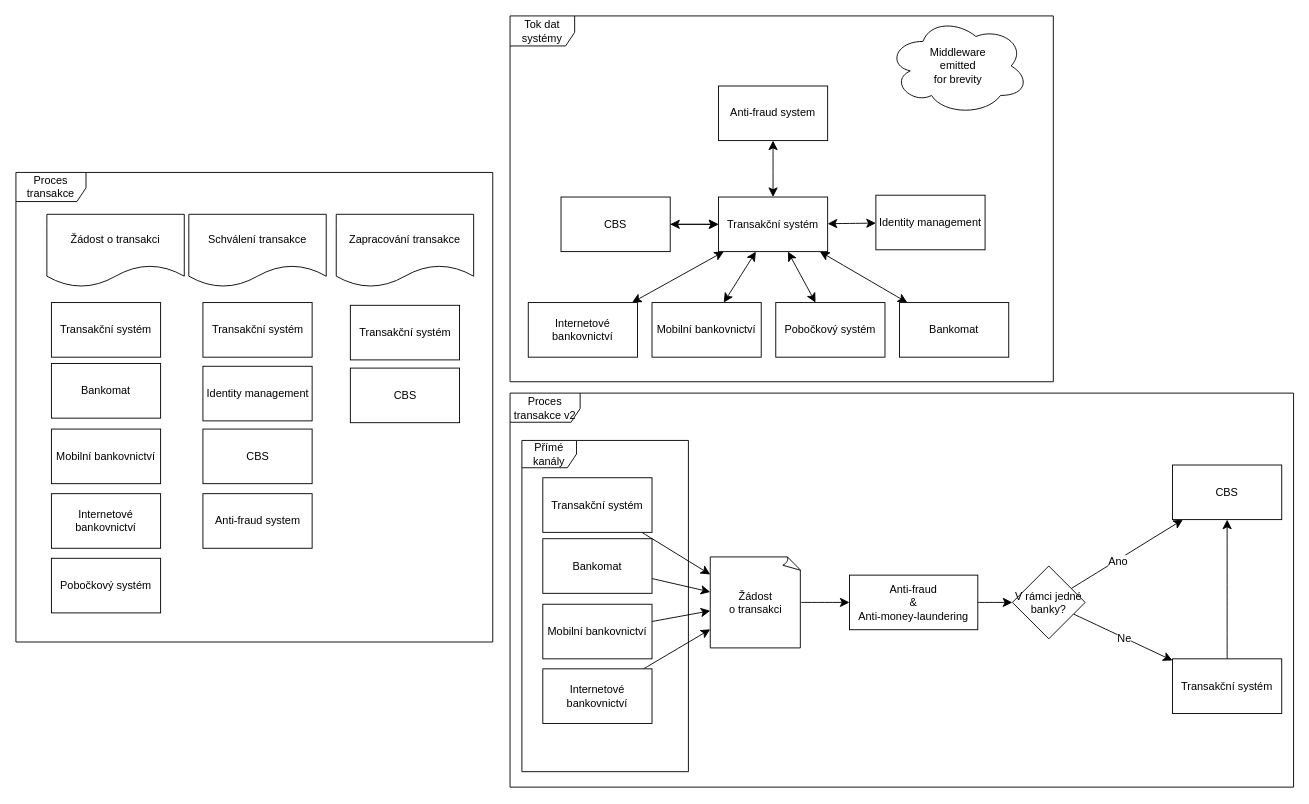
The draw.io diagram page "Domain" (1 of 4) of pis-hw5.drawio in Finishxx/draw-io, before the edit. Source tidied: cells renumbered, new cells numbered last; positions are measured from the earlier drawing's top-left corner, leaving out a move shared by most shapes. Both pictures are drawn from the tidied source at 91%, with x=0, y=0 at pixel (15, 15).
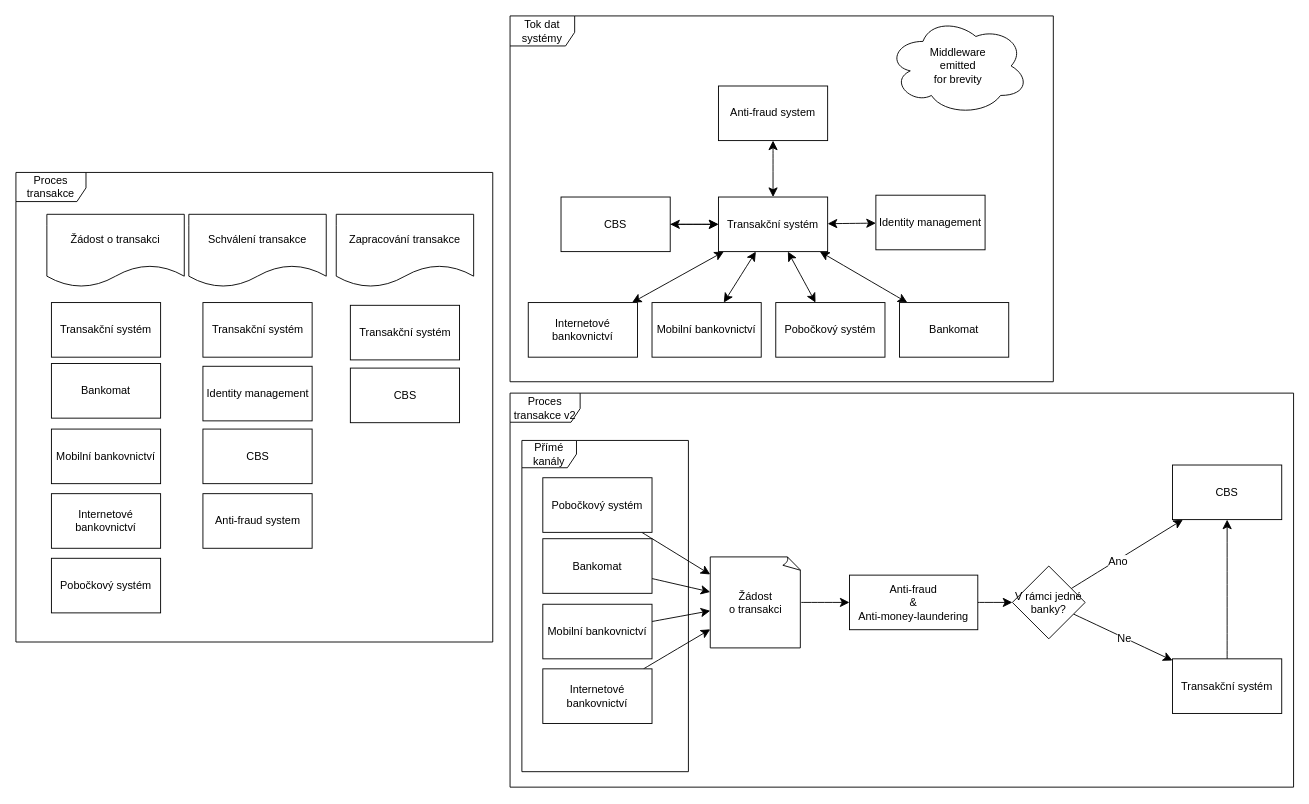
The same diagram, later.

Change to the diagram source:
```diff
@@
-    <mxCell id="43" value="Transakční systém" style="rounded=0;whiteSpace=wrap;html=1;" parent="1" vertex="1">
+    <mxCell id="43" value="Pobočkový systém" style="rounded=0;whiteSpace=wrap;html=1;" parent="1" vertex="1">
       <mxGeometry x="579" y="507.5" width="120" height="60" as="geometry" />
     </mxCell>
```
